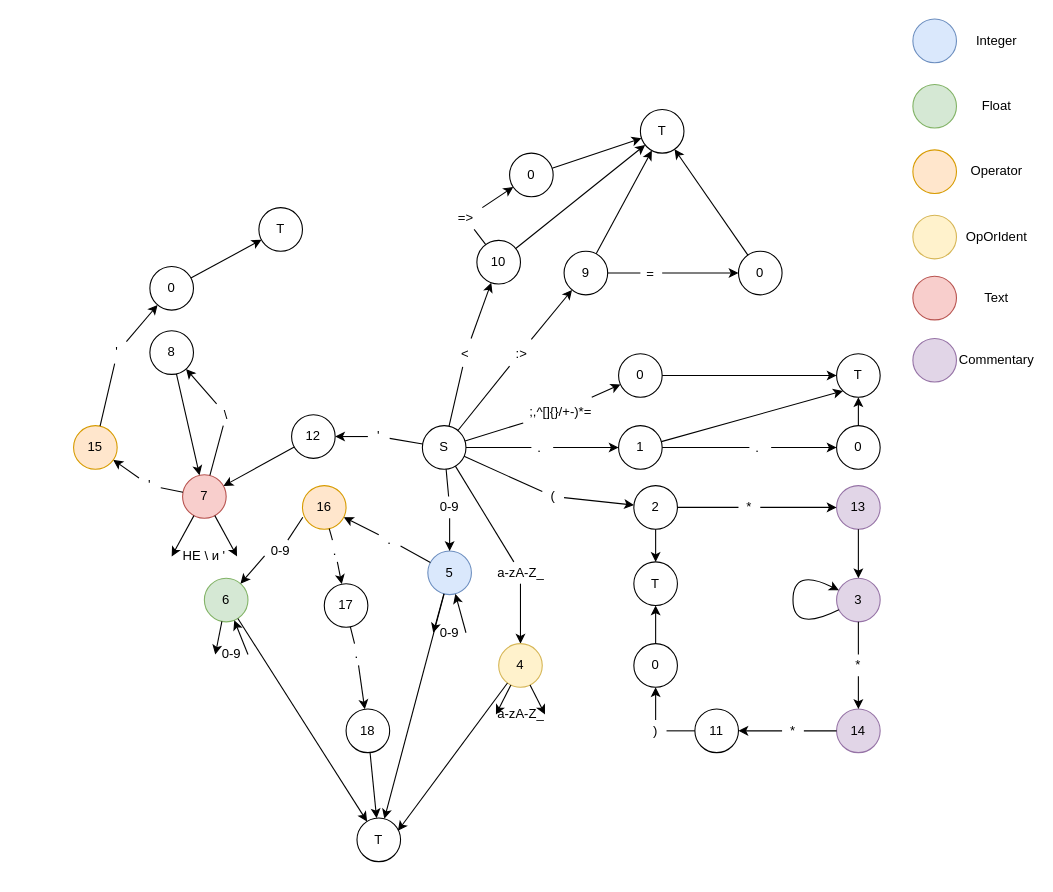
The draw.io diagram PascalCompiler/LEXER_FSM.drawio in XJIE6yIIIEK/PascalCompiler, before the edit. Source tidied: cells renumbered, new cells numbered last; positions are measured from the earlier drawing's top-left corner, leaving out a move shared by most shapes. Both pictures are drawn from the tidied source at 109%, with x=0, y=0 at pixel (73, 19).
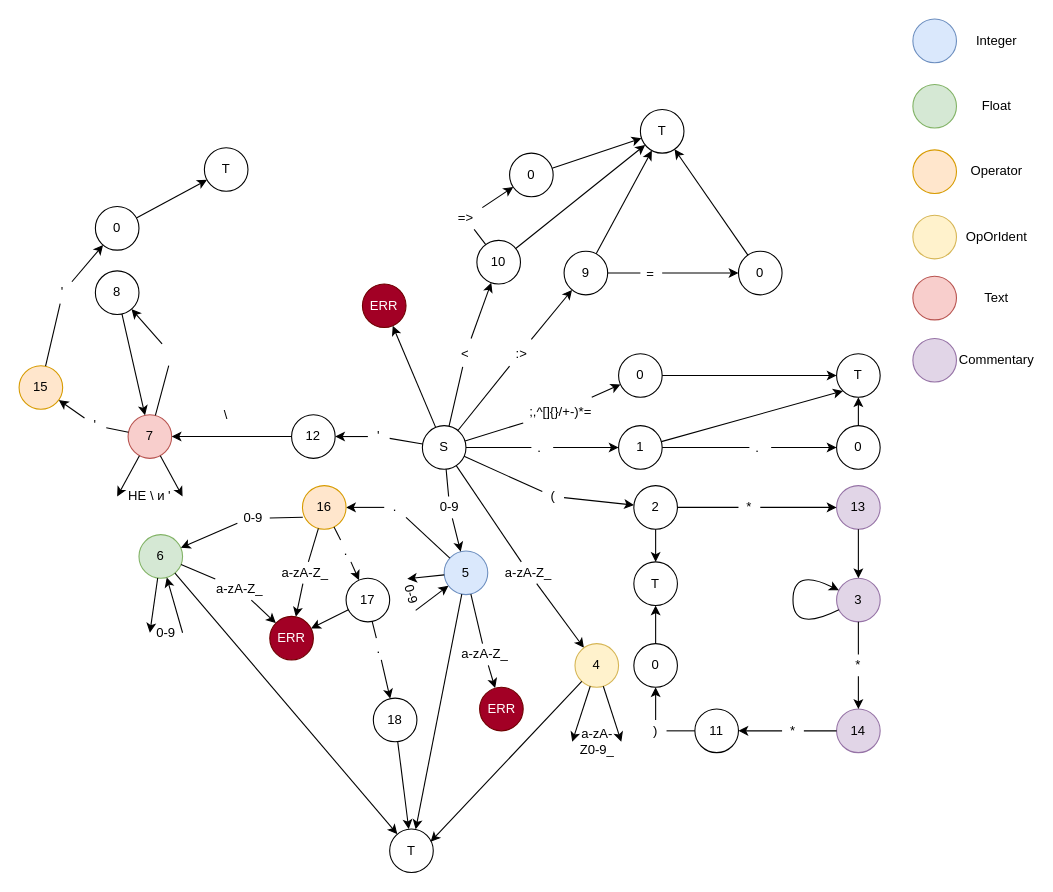
The same diagram, later.

Unchanged cells that the change refers to:
```xml
<mxCell id="2" value="S" style="ellipse;whiteSpace=wrap;html=1;" parent="1" vertex="1">
  <mxGeometry x="320" y="373" width="40" height="40" as="geometry" />
</mxCell>
<mxCell id="84" value="\" style="text;html=1;strokeColor=none;fillColor=none;align=center;verticalAlign=middle;whiteSpace=wrap;rounded=0;" parent="1" vertex="1">
  <mxGeometry x="120" y="353" width="40" height="20" as="geometry" />
</mxCell>
<mxCell id="127" value="16" style="ellipse;whiteSpace=wrap;html=1;fillColor=#ffe6cc;strokeColor=#d79b00;" parent="1" vertex="1">
  <mxGeometry x="210" y="428" width="40" height="40" as="geometry" />
</mxCell>
```

What changed in the source:
```diff
@@
     <mxCell id="50" value="5" style="ellipse;whiteSpace=wrap;html=1;fillColor=#dae8fc;strokeColor=#6c8ebf;" parent="1" vertex="1">
-      <mxGeometry x="325" y="488" width="40" height="40" as="geometry" />
+      <mxGeometry x="340" y="488" width="40" height="40" as="geometry" />
     </mxCell>
@@
     <mxCell id="54" value="6" style="ellipse;whiteSpace=wrap;html=1;fillColor=#d5e8d4;strokeColor=#82b366;" parent="1" vertex="1">
-      <mxGeometry x="120" y="513" width="40" height="40" as="geometry" />
+      <mxGeometry x="60" y="473" width="40" height="40" as="geometry" />
     </mxCell>
@@
     <mxCell id="56" value="." style="text;html=1;strokeColor=none;fillColor=none;align=center;verticalAlign=middle;whiteSpace=wrap;rounded=0;" parent="1" vertex="1">
-      <mxGeometry x="280" y="468" width="20" height="20" as="geometry" />
+      <mxGeometry x="285" y="438" width="20" height="20" as="geometry" />
     </mxCell>
@@
-    <mxCell id="58" value="0-9" style="text;html=1;strokeColor=none;fillColor=none;align=center;verticalAlign=middle;whiteSpace=wrap;rounded=0;" parent="1" vertex="1">
-      <mxGeometry x="330" y="553" width="30" height="20" as="geometry" />
+    <mxCell id="58" value="0-9" style="text;html=1;strokeColor=none;fillColor=none;align=center;verticalAlign=middle;whiteSpace=wrap;rounded=0;rotation=75;" parent="1" vertex="1">
+      <mxGeometry x="295" y="518" width="30" height="20" as="geometry" />
     </mxCell>
@@
     <mxCell id="61" value="0-9" style="text;html=1;strokeColor=none;fillColor=none;align=center;verticalAlign=middle;whiteSpace=wrap;rounded=0;" parent="1" vertex="1">
-      <mxGeometry x="130" y="573" width="30" height="20" as="geometry" />
+      <mxGeometry x="70" y="553" width="30" height="20" as="geometry" />
     </mxCell>
@@
     <mxCell id="66" value="T" style="ellipse;whiteSpace=wrap;html=1;" parent="1" vertex="1">
-      <mxGeometry x="260" y="733" width="40" height="40" as="geometry" />
+      <mxGeometry x="290" y="743" width="40" height="40" as="geometry" />
     </mxCell>
@@
     <mxCell id="68" value="a-zA-Z_" style="text;html=1;strokeColor=none;fillColor=none;align=center;verticalAlign=middle;whiteSpace=wrap;rounded=0;" parent="1" vertex="1">
-      <mxGeometry x="387.5" y="498" width="45" height="20" as="geometry" />
+      <mxGeometry x="395" y="498" width="45" height="20" as="geometry" />
     </mxCell>
@@
     <mxCell id="70" value="4" style="ellipse;whiteSpace=wrap;html=1;fillColor=#fff2cc;strokeColor=#d6b656;" parent="1" vertex="1">
-      <mxGeometry x="390" y="573" width="40" height="40" as="geometry" />
+      <mxGeometry x="460" y="573" width="40" height="40" as="geometry" />
     </mxCell>
-    <mxCell id="71" value="a-zA-Z_" style="text;html=1;strokeColor=none;fillColor=none;align=center;verticalAlign=middle;whiteSpace=wrap;rounded=0;" parent="1" vertex="1">
-      <mxGeometry x="387.5" y="628" width="45" height="20" as="geometry" />
+    <mxCell id="71" value="a-zA-Z0-9_" style="text;html=1;strokeColor=none;fillColor=none;align=center;verticalAlign=middle;whiteSpace=wrap;rounded=0;" parent="1" vertex="1">
+      <mxGeometry x="457.5" y="653" width="45" height="20" as="geometry" />
     </mxCell>
@@
     <mxCell id="76" value="7" style="ellipse;whiteSpace=wrap;html=1;fillColor=#f8cecc;strokeColor=#b85450;" parent="1" vertex="1">
-      <mxGeometry x="100" y="418" width="40" height="40" as="geometry" />
+      <mxGeometry x="50" y="363" width="40" height="40" as="geometry" />
     </mxCell>
@@
     <mxCell id="79" value="НЕ \ и '" style="text;html=1;strokeColor=none;fillColor=none;align=center;verticalAlign=middle;whiteSpace=wrap;rounded=0;" parent="1" vertex="1">
-      <mxGeometry x="90" y="483" width="60" height="20" as="geometry" />
+      <mxGeometry x="40" y="428" width="60" height="20" as="geometry" />
     </mxCell>
@@
     <mxCell id="82" value="8" style="ellipse;whiteSpace=wrap;html=1;" parent="1" vertex="1">
-      <mxGeometry x="70" y="286" width="40" height="40" as="geometry" />
+      <mxGeometry x="20" y="231" width="40" height="40" as="geometry" />
     </mxCell>
-    <mxCell id="83" style="endArrow=classic;html=1;startArrow=none;" parent="1" edge="1" source="84" target="82">
-      <mxGeometry relative="1" as="geometry" />
+    <mxCell id="83" style="endArrow=classic;html=1;startArrow=none;" parent="1" edge="1" target="82">
+      <mxGeometry relative="1" as="geometry">
+        <mxPoint x="81.2" y="298" as="sourcePoint" />
+      </mxGeometry>
     </mxCell>
@@
-    <mxCell id="85" style="endArrow=none;html=1;" parent="1" edge="1" source="76" target="84">
-      <mxGeometry relative="1" as="geometry" />
+    <mxCell id="85" style="endArrow=none;html=1;" parent="1" edge="1" source="76">
+      <mxGeometry relative="1" as="geometry">
+        <mxPoint x="87.3" y="318" as="targetPoint" />
+      </mxGeometry>
     </mxCell>
@@
     <mxCell id="88" value="0" style="ellipse;whiteSpace=wrap;html=1;" parent="1" vertex="1">
-      <mxGeometry x="70" y="227" width="40" height="40" as="geometry" />
+      <mxGeometry x="20" y="172" width="40" height="40" as="geometry" />
     </mxCell>
     <mxCell id="89" value="'" style="text;html=1;strokeColor=none;fillColor=none;align=center;verticalAlign=middle;whiteSpace=wrap;rounded=0;" parent="1" vertex="1">
-      <mxGeometry x="60" y="418" width="20" height="20" as="geometry" />
+      <mxGeometry x="10" y="363" width="20" height="20" as="geometry" />
     </mxCell>
@@
     <mxCell id="91" value="T" style="ellipse;whiteSpace=wrap;html=1;" parent="1" vertex="1">
-      <mxGeometry x="170" y="173" width="40" height="40" as="geometry" />
+      <mxGeometry x="120" y="118" width="40" height="40" as="geometry" />
     </mxCell>
@@
     <mxCell id="94" value="15" style="ellipse;whiteSpace=wrap;html=1;fillColor=#ffe6cc;strokeColor=#d79b00;" parent="1" vertex="1">
-      <mxGeometry y="373" width="40" height="40" as="geometry" />
+      <mxGeometry x="-50" y="318" width="40" height="40" as="geometry" />
     </mxCell>
@@
     <mxCell id="97" value="'" style="text;html=1;strokeColor=none;fillColor=none;align=center;verticalAlign=middle;whiteSpace=wrap;rounded=0;" parent="1" vertex="1">
-      <mxGeometry x="30" y="296" width="20" height="20" as="geometry" />
+      <mxGeometry x="-20" y="241" width="20" height="20" as="geometry" />
     </mxCell>
@@
     <mxCell id="129" value="0-9" style="text;html=1;strokeColor=none;fillColor=none;align=center;verticalAlign=middle;whiteSpace=wrap;rounded=0;" parent="1" vertex="1">
-      <mxGeometry x="175" y="478" width="30" height="20" as="geometry" />
+      <mxGeometry x="150" y="448" width="30" height="20" as="geometry" />
     </mxCell>
@@
     <mxCell id="132" value="." style="text;html=1;strokeColor=none;fillColor=none;align=center;verticalAlign=middle;whiteSpace=wrap;rounded=0;" parent="1" vertex="1">
-      <mxGeometry x="230" y="478" width="20" height="20" as="geometry" />
+      <mxGeometry x="240" y="478" width="20" height="20" as="geometry" />
     </mxCell>
@@
     <mxCell id="134" value="17" style="ellipse;whiteSpace=wrap;html=1;" parent="1" vertex="1">
-      <mxGeometry x="230" y="518" width="40" height="40" as="geometry" />
+      <mxGeometry x="250" y="513" width="40" height="40" as="geometry" />
     </mxCell>
@@
     <mxCell id="136" value="." style="text;html=1;strokeColor=none;fillColor=none;align=center;verticalAlign=middle;whiteSpace=wrap;rounded=0;" parent="1" vertex="1">
-      <mxGeometry x="250" y="573" width="20" height="20" as="geometry" />
+      <mxGeometry x="270" y="568" width="20" height="20" as="geometry" />
     </mxCell>
@@
     <mxCell id="138" value="18" style="ellipse;whiteSpace=wrap;html=1;" parent="1" vertex="1">
-      <mxGeometry x="250" y="633" width="40" height="40" as="geometry" />
+      <mxGeometry x="275" y="623" width="40" height="40" as="geometry" />
     </mxCell>
@@
+    <mxCell id="140" value="ERR" style="ellipse;whiteSpace=wrap;html=1;fillColor=#a20025;strokeColor=#6F0000;fontColor=#ffffff;" parent="1" vertex="1">
+      <mxGeometry x="265" y="243" width="40" height="40" as="geometry" />
+    </mxCell>
+    <mxCell id="141" style="endArrow=classic;html=1;" parent="1" edge="1" source="2" target="140">
+      <mxGeometry relative="1" as="geometry" />
+    </mxCell>
+    <mxCell id="142" style="endArrow=classic;html=1;startArrow=none;" parent="1" edge="1" source="143" target="145">
+      <mxGeometry relative="1" as="geometry" />
+    </mxCell>
+    <mxCell id="143" value="a-zA-Z_" style="text;html=1;strokeColor=none;fillColor=none;align=center;verticalAlign=middle;whiteSpace=wrap;rounded=0;" parent="1" vertex="1">
+      <mxGeometry x="355" y="573" width="45" height="20" as="geometry" />
+    </mxCell>
+    <mxCell id="144" style="endArrow=none;html=1;" parent="1" edge="1" source="50" target="143">
+      <mxGeometry relative="1" as="geometry" />
+    </mxCell>
+    <mxCell id="145" value="ERR" style="ellipse;whiteSpace=wrap;html=1;fillColor=#a20025;strokeColor=#6F0000;fontColor=#ffffff;" parent="1" vertex="1">
+      <mxGeometry x="372.5" y="613" width="40" height="40" as="geometry" />
+    </mxCell>
+    <mxCell id="146" value="ERR" style="ellipse;whiteSpace=wrap;html=1;fillColor=#a20025;strokeColor=#6F0000;fontColor=#ffffff;" parent="1" vertex="1">
+      <mxGeometry x="180" y="548" width="40" height="40" as="geometry" />
+    </mxCell>
+    <mxCell id="147" style="endArrow=classic;html=1;" parent="1" edge="1" source="134" target="146">
+      <mxGeometry relative="1" as="geometry" />
+    </mxCell>
+    <mxCell id="148" style="endArrow=classic;html=1;startArrow=none;" parent="1" edge="1" source="152" target="146">
+      <mxGeometry relative="1" as="geometry" />
+    </mxCell>
+    <mxCell id="149" style="endArrow=classic;html=1;startArrow=none;" parent="1" edge="1" source="150" target="146">
+      <mxGeometry relative="1" as="geometry" />
+    </mxCell>
+    <mxCell id="150" value="a-zA-Z_" style="text;html=1;strokeColor=none;fillColor=none;align=center;verticalAlign=middle;whiteSpace=wrap;rounded=0;" parent="1" vertex="1">
+      <mxGeometry x="130" y="513" width="45" height="20" as="geometry" />
+    </mxCell>
+    <mxCell id="151" style="endArrow=none;html=1;" parent="1" edge="1" source="54" target="150">
+      <mxGeometry relative="1" as="geometry" />
+    </mxCell>
+    <mxCell id="152" value="a-zA-Z_" style="text;html=1;strokeColor=none;fillColor=none;align=center;verticalAlign=middle;whiteSpace=wrap;rounded=0;" parent="1" vertex="1">
+      <mxGeometry x="190" y="498" width="45" height="20" as="geometry" />
+    </mxCell>
+    <mxCell id="153" style="endArrow=none;html=1;" parent="1" edge="1" source="127" target="152">
+      <mxGeometry relative="1" as="geometry" />
+    </mxCell>
```
